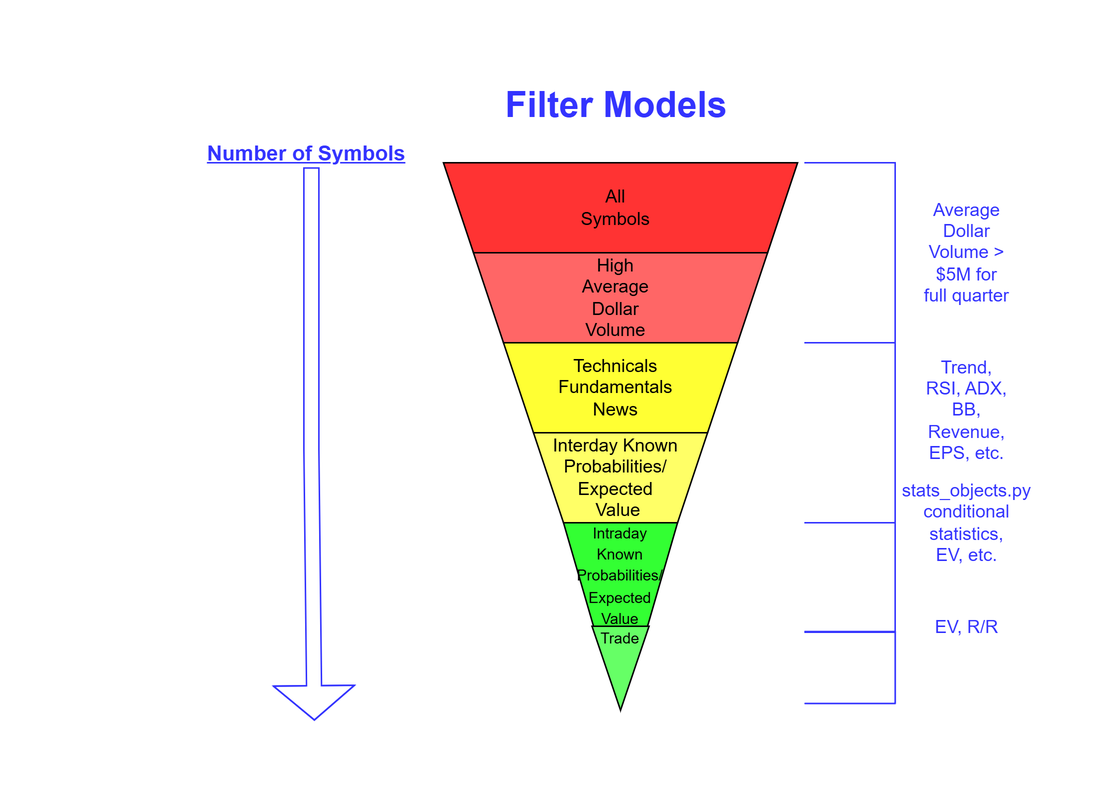
Above: usage/Filter_Models.png in jdejones/market_data (draw.io), before the change. Source tidied: cells renumbered, new cells last; positions are measured from the earlier drawing's top-left corner, leaving out a move shared by most shapes.
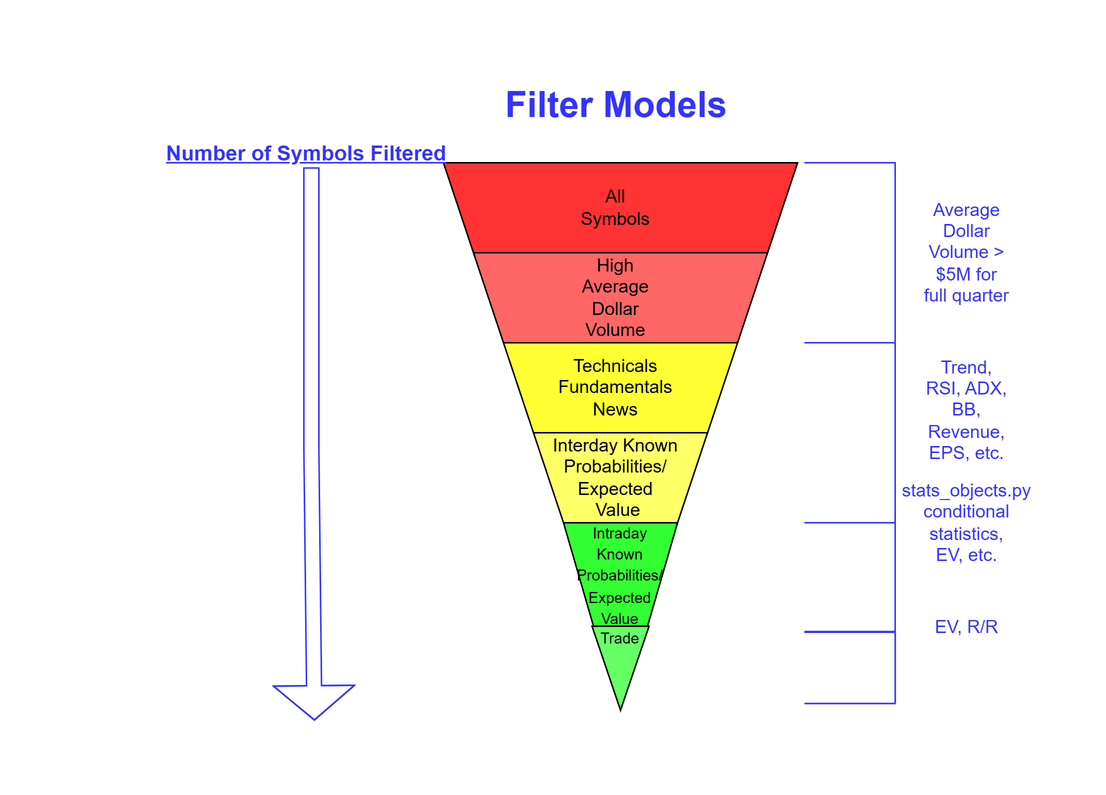
After the change.

The edit, as a diff of the source:
```diff
@@ -47,7 +47,7 @@
         </Array>
       </mxGeometry>
     </mxCell>
-    <mxCell id="15" value="&lt;font style=&quot;font-size: 14px; color: rgb(51, 51, 255);&quot;&gt;&lt;b&gt;&lt;u&gt;Number of Symbols&lt;/u&gt;&lt;/b&gt;&lt;/font&gt;" style="text;html=1;whiteSpace=wrap;strokeColor=none;fillColor=none;align=center;verticalAlign=middle;rounded=0;rotation=0;" parent="1" vertex="1">
+    <mxCell id="15" value="&lt;font style=&quot;font-size: 14px; color: rgb(51, 51, 255);&quot;&gt;&lt;b&gt;&lt;u&gt;Number of Symbols Filtered&lt;/u&gt;&lt;/b&gt;&lt;/font&gt;" style="text;html=1;whiteSpace=wrap;strokeColor=none;fillColor=none;align=center;verticalAlign=middle;rounded=0;rotation=0;" parent="1" vertex="1">
       <mxGeometry y="13" width="307.5" height="78" as="geometry" />
     </mxCell>
     <mxCell id="16" value="&lt;font style=&quot;color: rgb(51, 51, 255);&quot;&gt;Filter Models&lt;/font&gt;" style="text;strokeColor=none;fillColor=none;html=1;fontSize=24;fontStyle=1;verticalAlign=middle;align=center;" parent="1" vertex="1">
```
